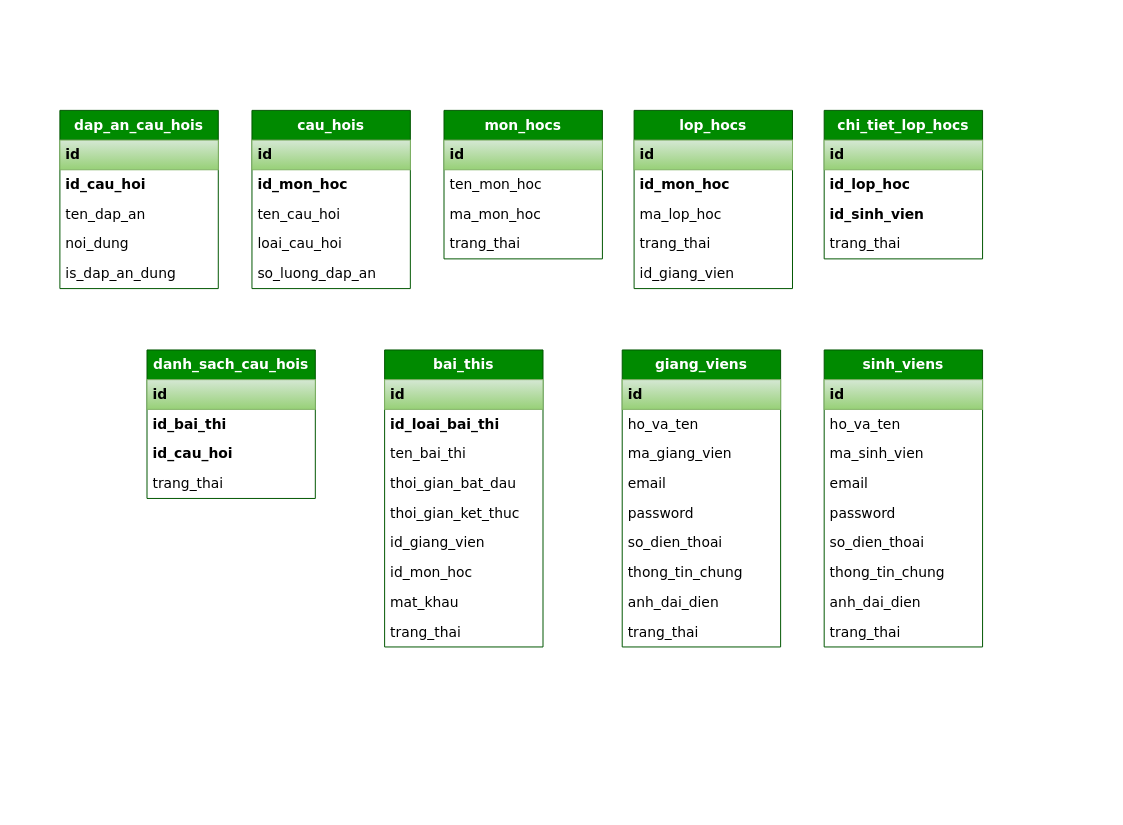
The draw.io diagram CDIO4.drawio in danghoan03/danghoan03, before the edit. Source tidied: cells renumbered, new cells numbered last; positions are measured from the earlier drawing's top-left corner, leaving out a move shared by most shapes. Both pictures are drawn from the tidied source at 99%, with x=0, y=0 at pixel (59, 110).
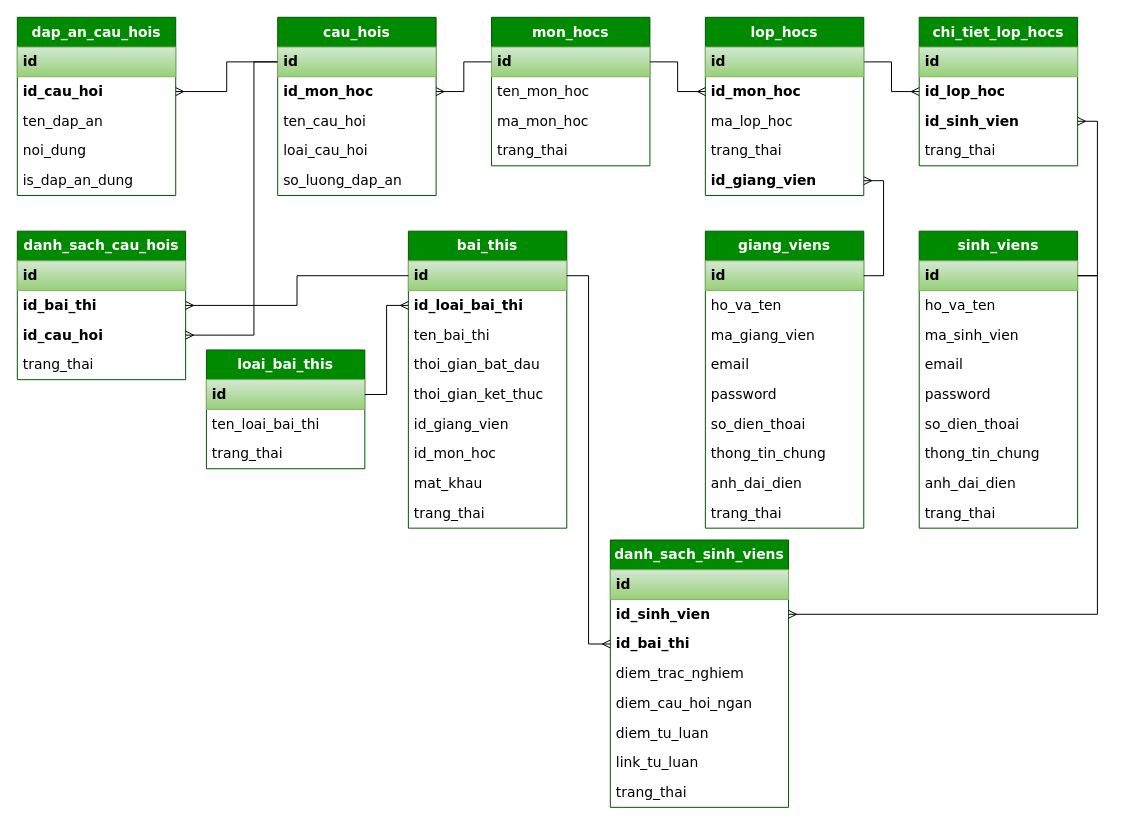
The same diagram, later.

Unchanged cells that the change refers to:
```xml
<mxCell id="4" value="id_cau_hoi" style="text;strokeColor=none;fillColor=none;align=left;verticalAlign=middle;spacingLeft=4;spacingRight=4;overflow=hidden;points=[[0,0.5],[1,0.5]];portConstraint=eastwest;whiteSpace=wrap;html=1;fontSize=14;fontFamily=Verdana;fontStyle=1;" parent="2" vertex="1">
  <mxGeometry y="60" width="160" height="30" as="geometry" />
</mxCell>
<mxCell id="9" value="id" style="text;strokeColor=#82b366;fillColor=#d5e8d4;align=left;verticalAlign=middle;spacingLeft=4;spacingRight=4;overflow=hidden;points=[[0,0.5],[1,0.5]];portConstraint=eastwest;whiteSpace=wrap;html=1;fontSize=14;fontFamily=Verdana;gradientColor=#97d077;fontStyle=1;" parent="8" vertex="1">
  <mxGeometry y="30" width="160" height="30" as="geometry" />
</mxCell>
<mxCell id="10" value="id_mon_hoc" style="text;strokeColor=none;fillColor=none;align=left;verticalAlign=middle;spacingLeft=4;spacingRight=4;overflow=hidden;points=[[0,0.5],[1,0.5]];portConstraint=eastwest;whiteSpace=wrap;html=1;fontSize=14;fontFamily=Verdana;fontStyle=1;" parent="8" vertex="1">
  <mxGeometry y="60" width="160" height="30" as="geometry" />
</mxCell>
<mxCell id="15" value="id" style="text;strokeColor=#82b366;fillColor=#d5e8d4;align=left;verticalAlign=middle;spacingLeft=4;spacingRight=4;overflow=hidden;points=[[0,0.5],[1,0.5]];portConstraint=eastwest;whiteSpace=wrap;html=1;fontSize=14;fontFamily=Verdana;gradientColor=#97d077;fontStyle=1;" parent="14" vertex="1">
  <mxGeometry y="30" width="160" height="30" as="geometry" />
</mxCell>
<mxCell id="21" value="id_mon_hoc" style="text;strokeColor=none;fillColor=none;align=left;verticalAlign=middle;spacingLeft=4;spacingRight=4;overflow=hidden;points=[[0,0.5],[1,0.5]];portConstraint=eastwest;whiteSpace=wrap;html=1;fontSize=14;fontFamily=Verdana;fontStyle=1;" parent="19" vertex="1">
  <mxGeometry y="60" width="160" height="30" as="geometry" />
</mxCell>
<mxCell id="27" value="id_lop_hoc" style="text;strokeColor=none;fillColor=none;align=left;verticalAlign=middle;spacingLeft=4;spacingRight=4;overflow=hidden;points=[[0,0.5],[1,0.5]];portConstraint=eastwest;whiteSpace=wrap;html=1;fontSize=14;fontFamily=Verdana;fontStyle=1;" parent="25" vertex="1">
  <mxGeometry y="60" width="160" height="30" as="geometry" />
</mxCell>
<mxCell id="28" value="id_sinh_vien" style="text;strokeColor=none;fillColor=none;align=left;verticalAlign=middle;spacingLeft=4;spacingRight=4;overflow=hidden;points=[[0,0.5],[1,0.5]];portConstraint=eastwest;whiteSpace=wrap;html=1;fontSize=14;fontFamily=Verdana;fontStyle=1;" parent="25" vertex="1">
  <mxGeometry y="90" width="160" height="30" as="geometry" />
</mxCell>
<mxCell id="31" value="id" style="text;strokeColor=#82b366;fillColor=#d5e8d4;align=left;verticalAlign=middle;spacingLeft=4;spacingRight=4;overflow=hidden;points=[[0,0.5],[1,0.5]];portConstraint=eastwest;whiteSpace=wrap;html=1;fontSize=14;fontFamily=Verdana;gradientColor=#97d077;fontStyle=1;" parent="30" vertex="1">
  <mxGeometry y="30" width="160" height="30" as="geometry" />
</mxCell>
<mxCell id="41" value="id" style="text;strokeColor=#82b366;fillColor=#d5e8d4;align=left;verticalAlign=middle;spacingLeft=4;spacingRight=4;overflow=hidden;points=[[0,0.5],[1,0.5]];portConstraint=eastwest;whiteSpace=wrap;html=1;fontSize=14;fontFamily=Verdana;gradientColor=#97d077;fontStyle=1;" parent="40" vertex="1">
  <mxGeometry y="30" width="160" height="30" as="geometry" />
</mxCell>
<mxCell id="51" value="id" style="text;strokeColor=#82b366;fillColor=#d5e8d4;align=left;verticalAlign=middle;spacingLeft=4;spacingRight=4;overflow=hidden;points=[[0,0.5],[1,0.5]];portConstraint=eastwest;whiteSpace=wrap;html=1;fontSize=14;fontFamily=Verdana;gradientColor=#97d077;fontStyle=1;" parent="50" vertex="1">
  <mxGeometry y="30" width="160" height="30" as="geometry" />
</mxCell>
<mxCell id="52" value="id_loai_bai_thi" style="text;strokeColor=none;fillColor=none;align=left;verticalAlign=middle;spacingLeft=4;spacingRight=4;overflow=hidden;points=[[0,0.5],[1,0.5]];portConstraint=eastwest;whiteSpace=wrap;html=1;fontSize=14;fontFamily=Verdana;fontStyle=1;" parent="50" vertex="1">
  <mxGeometry y="60" width="160" height="30" as="geometry" />
</mxCell>
<mxCell id="62" value="id_bai_thi" style="text;strokeColor=none;fillColor=none;align=left;verticalAlign=middle;spacingLeft=4;spacingRight=4;overflow=hidden;points=[[0,0.5],[1,0.5]];portConstraint=eastwest;whiteSpace=wrap;html=1;fontSize=14;fontFamily=Verdana;fontStyle=1;" parent="60" vertex="1">
  <mxGeometry y="60" width="170" height="30" as="geometry" />
</mxCell>
<mxCell id="63" value="id_cau_hoi" style="text;strokeColor=none;fillColor=none;align=left;verticalAlign=middle;spacingLeft=4;spacingRight=4;overflow=hidden;points=[[0,0.5],[1,0.5]];portConstraint=eastwest;whiteSpace=wrap;html=1;fontSize=14;fontFamily=Verdana;fontStyle=1;" parent="60" vertex="1">
  <mxGeometry y="90" width="170" height="30" as="geometry" />
</mxCell>
```

What changed in the source:
```diff
@@
     <mxCell id="2" value="dap_an_cau_hois" style="swimlane;fontStyle=1;horizontal=1;startSize=30;whiteSpace=wrap;html=1;fillColor=#008a00;strokeColor=#005700;fontColor=#ffffff;fontFamily=Verdana;fontSize=14;" parent="1" vertex="1">
-      <mxGeometry width="160" height="180" as="geometry" />
+      <mxGeometry x="-43" y="-94" width="160" height="180" as="geometry" />
     </mxCell>
@@
+    <mxCell id="65" style="edgeStyle=orthogonalEdgeStyle;rounded=0;jettySize=auto;html=1;exitX=0;exitY=0.25;exitDx=0;exitDy=0;entryX=1;entryY=0.5;entryDx=0;entryDy=0;endArrow=ERmany;endFill=0;" parent="1" edge="1" source="8" target="4">
+      <mxGeometry relative="1" as="geometry" />
+    </mxCell>
     <mxCell id="8" value="cau_hois" style="swimlane;fontStyle=1;horizontal=1;startSize=30;whiteSpace=wrap;html=1;fillColor=#008a00;strokeColor=#005700;fontColor=#ffffff;fontFamily=Verdana;fontSize=14;" parent="1" vertex="1">
-      <mxGeometry x="194" width="160" height="180" as="geometry" />
+      <mxGeometry x="220" y="-94" width="160" height="180" as="geometry" />
     </mxCell>
@@
     <mxCell id="14" value="mon_hocs" style="swimlane;fontStyle=1;horizontal=1;startSize=30;whiteSpace=wrap;html=1;fillColor=#008a00;strokeColor=#005700;fontColor=#ffffff;fontFamily=Verdana;fontSize=14;" parent="1" vertex="1">
-      <mxGeometry x="388" width="160" height="150" as="geometry" />
+      <mxGeometry x="436" y="-94" width="160" height="150" as="geometry" />
     </mxCell>
@@
+    <mxCell id="66" style="edgeStyle=orthogonalEdgeStyle;rounded=0;jettySize=auto;html=1;exitX=1;exitY=0.25;exitDx=0;exitDy=0;entryX=0;entryY=0.5;entryDx=0;entryDy=0;endArrow=ERmany;endFill=0;" parent="1" edge="1" source="19" target="27">
+      <mxGeometry relative="1" as="geometry" />
+    </mxCell>
     <mxCell id="19" value="lop_hocs" style="swimlane;fontStyle=1;horizontal=1;startSize=30;whiteSpace=wrap;html=1;fillColor=#008a00;strokeColor=#005700;fontColor=#ffffff;fontFamily=Verdana;fontSize=14;" parent="1" vertex="1">
-      <mxGeometry x="580" width="160" height="180" as="geometry" />
+      <mxGeometry x="652" y="-94" width="160" height="180" as="geometry" />
     </mxCell>
@@
-    <mxCell id="24" value="id_giang_vien" style="text;strokeColor=none;fillColor=none;align=left;verticalAlign=middle;spacingLeft=4;spacingRight=4;overflow=hidden;points=[[0,0.5],[1,0.5]];portConstraint=eastwest;whiteSpace=wrap;html=1;fontSize=14;fontFamily=Verdana;" parent="19" vertex="1">
+    <mxCell id="24" value="id_giang_vien" style="text;strokeColor=none;fillColor=none;align=left;verticalAlign=middle;spacingLeft=4;spacingRight=4;overflow=hidden;points=[[0,0.5],[1,0.5]];portConstraint=eastwest;whiteSpace=wrap;html=1;fontSize=14;fontFamily=Verdana;fontStyle=1;" parent="19" vertex="1">
       <mxGeometry y="150" width="160" height="30" as="geometry" />
     </mxCell>
     <mxCell id="25" value="chi_tiet_lop_hocs" style="swimlane;fontStyle=1;horizontal=1;startSize=30;whiteSpace=wrap;html=1;fillColor=#008a00;strokeColor=#005700;fontColor=#ffffff;fontFamily=Verdana;fontSize=14;" parent="1" vertex="1">
-      <mxGeometry x="772" width="160" height="150" as="geometry" />
+      <mxGeometry x="868" y="-94" width="160" height="150" as="geometry" />
     </mxCell>
@@
     <mxCell id="30" value="sinh_viens" style="swimlane;fontStyle=1;horizontal=1;startSize=30;whiteSpace=wrap;html=1;fillColor=#008a00;strokeColor=#005700;fontColor=#ffffff;fontFamily=Verdana;fontSize=14;" parent="1" vertex="1">
-      <mxGeometry x="772" y="242" width="160" height="300" as="geometry" />
+      <mxGeometry x="868" y="122" width="160" height="300" as="geometry" />
     </mxCell>
@@
     <mxCell id="40" value="giang_viens" style="swimlane;fontStyle=1;horizontal=1;startSize=30;whiteSpace=wrap;html=1;fillColor=#008a00;strokeColor=#005700;fontColor=#ffffff;fontFamily=Verdana;fontSize=14;" parent="1" vertex="1">
-      <mxGeometry x="568" y="242" width="160" height="300" as="geometry" />
+      <mxGeometry x="652" y="122" width="160" height="300" as="geometry" />
     </mxCell>
@@
     <mxCell id="50" value="bai_this" style="swimlane;fontStyle=1;horizontal=1;startSize=30;whiteSpace=wrap;html=1;fillColor=#008a00;strokeColor=#005700;fontColor=#ffffff;fontFamily=Verdana;fontSize=14;" parent="1" vertex="1">
-      <mxGeometry x="328" y="242" width="160" height="300" as="geometry" />
+      <mxGeometry x="352" y="122" width="160" height="300" as="geometry" />
     </mxCell>
@@
     <mxCell id="60" value="danh_sach_cau_hois" style="swimlane;fontStyle=1;horizontal=1;startSize=30;whiteSpace=wrap;html=1;fillColor=#008a00;strokeColor=#005700;fontColor=#ffffff;fontFamily=Verdana;fontSize=14;" parent="1" vertex="1">
-      <mxGeometry x="88" y="242" width="170" height="150" as="geometry" />
+      <mxGeometry x="-43" y="122" width="170" height="150" as="geometry" />
     </mxCell>
@@
+    <mxCell id="67" value="loai_bai_this" style="swimlane;fontStyle=1;horizontal=1;startSize=30;whiteSpace=wrap;html=1;fillColor=#008a00;strokeColor=#005700;fontColor=#ffffff;fontFamily=Verdana;fontSize=14;" parent="1" vertex="1">
+      <mxGeometry x="148" y="242" width="160" height="120" as="geometry" />
+    </mxCell>
+    <mxCell id="68" value="id" style="text;strokeColor=#82b366;fillColor=#d5e8d4;align=left;verticalAlign=middle;spacingLeft=4;spacingRight=4;overflow=hidden;points=[[0,0.5],[1,0.5]];portConstraint=eastwest;whiteSpace=wrap;html=1;fontSize=14;fontFamily=Verdana;gradientColor=#97d077;fontStyle=1;" parent="67" vertex="1">
+      <mxGeometry y="30" width="160" height="30" as="geometry" />
+    </mxCell>
+    <mxCell id="69" value="ten_loai_bai_thi" style="text;strokeColor=none;fillColor=none;align=left;verticalAlign=middle;spacingLeft=4;spacingRight=4;overflow=hidden;whiteSpace=wrap;html=1;fontSize=14;fontFamily=Verdana;fontStyle=0;" parent="67" vertex="1">
+      <mxGeometry y="60" width="160" height="30" as="geometry" />
+    </mxCell>
+    <mxCell id="70" value="trang_thai" style="text;strokeColor=none;fillColor=none;align=left;verticalAlign=middle;spacingLeft=4;spacingRight=4;overflow=hidden;whiteSpace=wrap;html=1;fontSize=14;fontFamily=Verdana;" parent="67" vertex="1">
+      <mxGeometry y="90" width="160" height="30" as="geometry" />
+    </mxCell>
+    <mxCell id="71" value="danh_sach_sinh_viens" style="swimlane;fontStyle=1;horizontal=1;startSize=30;whiteSpace=wrap;html=1;fillColor=#008a00;strokeColor=#005700;fontColor=#ffffff;fontFamily=Verdana;fontSize=14;" parent="1" vertex="1">
+      <mxGeometry x="556" y="434" width="180" height="270" as="geometry" />
+    </mxCell>
+    <mxCell id="72" value="id" style="text;strokeColor=#82b366;fillColor=#d5e8d4;align=left;verticalAlign=middle;spacingLeft=4;spacingRight=4;overflow=hidden;whiteSpace=wrap;html=1;fontSize=14;fontFamily=Verdana;gradientColor=#97d077;fontStyle=1;" parent="71" vertex="1">
+      <mxGeometry y="30" width="180" height="30" as="geometry" />
+    </mxCell>
+    <mxCell id="73" value="id_sinh_vien&lt;span style=&quot;white-space: pre;&quot;&gt;&#9;&lt;/span&gt;" style="text;strokeColor=none;fillColor=none;align=left;verticalAlign=middle;spacingLeft=4;spacingRight=4;overflow=hidden;points=[[0,0.5],[1,0.5]];portConstraint=eastwest;whiteSpace=wrap;html=1;fontSize=14;fontFamily=Verdana;fontStyle=1;" parent="71" vertex="1">
+      <mxGeometry y="60" width="180" height="30" as="geometry" />
+    </mxCell>
+    <mxCell id="74" value="id_bai_thi" style="text;strokeColor=none;fillColor=none;align=left;verticalAlign=middle;spacingLeft=4;spacingRight=4;overflow=hidden;points=[[0,0.5],[1,0.5]];portConstraint=eastwest;whiteSpace=wrap;html=1;fontSize=14;fontFamily=Verdana;fontStyle=1;" parent="71" vertex="1">
+      <mxGeometry y="90" width="180" height="30" as="geometry" />
+    </mxCell>
+    <mxCell id="75" value="diem_trac_nghiem" style="text;strokeColor=none;fillColor=none;align=left;verticalAlign=middle;spacingLeft=4;spacingRight=4;overflow=hidden;whiteSpace=wrap;html=1;fontSize=14;fontFamily=Verdana;" parent="71" vertex="1">
+      <mxGeometry y="120" width="180" height="30" as="geometry" />
+    </mxCell>
+    <mxCell id="76" value="diem_cau_hoi_ngan" style="text;strokeColor=none;fillColor=none;align=left;verticalAlign=middle;spacingLeft=4;spacingRight=4;overflow=hidden;whiteSpace=wrap;html=1;fontSize=14;fontFamily=Verdana;" parent="71" vertex="1">
+      <mxGeometry y="150" width="180" height="30" as="geometry" />
+    </mxCell>
+    <mxCell id="77" value="diem_tu_luan" style="text;strokeColor=none;fillColor=none;align=left;verticalAlign=middle;spacingLeft=4;spacingRight=4;overflow=hidden;whiteSpace=wrap;html=1;fontSize=14;fontFamily=Verdana;" parent="71" vertex="1">
+      <mxGeometry y="180" width="180" height="30" as="geometry" />
+    </mxCell>
+    <mxCell id="78" value="link_tu_luan" style="text;strokeColor=none;fillColor=none;align=left;verticalAlign=middle;spacingLeft=4;spacingRight=4;overflow=hidden;whiteSpace=wrap;html=1;fontSize=14;fontFamily=Verdana;" parent="71" vertex="1">
+      <mxGeometry y="210" width="180" height="30" as="geometry" />
+    </mxCell>
+    <mxCell id="79" value="trang_thai" style="text;strokeColor=none;fillColor=none;align=left;verticalAlign=middle;spacingLeft=4;spacingRight=4;overflow=hidden;whiteSpace=wrap;html=1;fontSize=14;fontFamily=Verdana;" parent="71" vertex="1">
+      <mxGeometry y="240" width="180" height="30" as="geometry" />
+    </mxCell>
+    <mxCell id="80" style="edgeStyle=orthogonalEdgeStyle;rounded=0;jettySize=auto;html=1;exitX=0;exitY=0.5;exitDx=0;exitDy=0;endArrow=ERmany;endFill=0;entryX=1;entryY=0.5;entryDx=0;entryDy=0;" parent="1" edge="1" source="9" target="63">
+      <mxGeometry relative="1" as="geometry">
+        <Array as="points">
+          <mxPoint x="196" y="-49" />
+          <mxPoint x="196" y="227" />
+        </Array>
+      </mxGeometry>
+    </mxCell>
+    <mxCell id="81" style="edgeStyle=orthogonalEdgeStyle;rounded=0;jettySize=auto;html=1;exitX=0;exitY=0.5;exitDx=0;exitDy=0;entryX=1;entryY=0.5;entryDx=0;entryDy=0;endArrow=ERmany;endFill=0;" parent="1" edge="1" source="15" target="10">
+      <mxGeometry relative="1" as="geometry" />
+    </mxCell>
+    <mxCell id="82" style="edgeStyle=orthogonalEdgeStyle;rounded=0;jettySize=auto;html=1;exitX=1;exitY=0.5;exitDx=0;exitDy=0;entryX=0;entryY=0.5;entryDx=0;entryDy=0;endArrow=ERmany;endFill=0;" parent="1" edge="1" source="15" target="21">
+      <mxGeometry relative="1" as="geometry" />
+    </mxCell>
+    <mxCell id="83" style="edgeStyle=orthogonalEdgeStyle;rounded=0;jettySize=auto;html=1;exitX=1;exitY=0.5;exitDx=0;exitDy=0;entryX=1;entryY=0.5;entryDx=0;entryDy=0;endArrow=ERmany;endFill=0;" parent="1" edge="1" source="31" target="28">
+      <mxGeometry relative="1" as="geometry" />
+    </mxCell>
+    <mxCell id="84" style="edgeStyle=orthogonalEdgeStyle;rounded=0;jettySize=auto;html=1;exitX=1;exitY=0.5;exitDx=0;exitDy=0;entryX=1;entryY=0.5;entryDx=0;entryDy=0;endArrow=ERmany;endFill=0;" parent="1" edge="1" source="41" target="24">
+      <mxGeometry relative="1" as="geometry" />
+    </mxCell>
+    <mxCell id="85" style="edgeStyle=orthogonalEdgeStyle;rounded=0;jettySize=auto;html=1;exitX=1;exitY=0.5;exitDx=0;exitDy=0;entryX=0;entryY=0.5;entryDx=0;entryDy=0;endArrow=ERmany;endFill=0;" parent="1" edge="1" source="68" target="52">
+      <mxGeometry relative="1" as="geometry" />
+    </mxCell>
+    <mxCell id="86" style="edgeStyle=orthogonalEdgeStyle;rounded=0;jettySize=auto;html=1;exitX=1;exitY=0.5;exitDx=0;exitDy=0;entryX=1;entryY=0.5;entryDx=0;entryDy=0;endArrow=ERmany;endFill=0;" parent="1" edge="1" source="31" target="73">
+      <mxGeometry relative="1" as="geometry" />
+    </mxCell>
+    <mxCell id="87" style="edgeStyle=orthogonalEdgeStyle;rounded=0;jettySize=auto;html=1;exitX=1;exitY=0.5;exitDx=0;exitDy=0;entryX=0;entryY=0.5;entryDx=0;entryDy=0;endArrow=ERmany;endFill=0;" parent="1" edge="1" source="51" target="74">
+      <mxGeometry relative="1" as="geometry" />
+    </mxCell>
+    <mxCell id="88" style="edgeStyle=orthogonalEdgeStyle;rounded=0;jettySize=auto;html=1;exitX=0;exitY=0.5;exitDx=0;exitDy=0;entryX=1;entryY=0.5;entryDx=0;entryDy=0;endArrow=ERmany;endFill=0;" parent="1" edge="1" source="51" target="62">
+      <mxGeometry relative="1" as="geometry" />
+    </mxCell>
```
